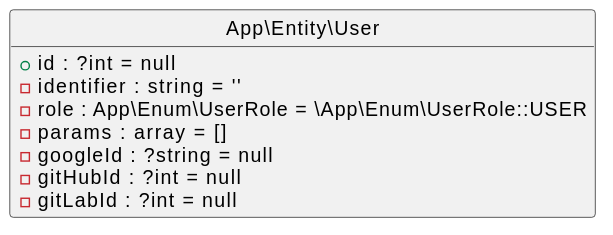
Before: assets/docs/database.svg, a diagram exported from PlantUML (elkuku/symfony-playground-two).
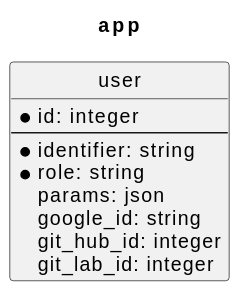
After the commit.

Commit message:
Draw an ER diagram instead of a class diagram

doctrine:diagram:er shows the actual tables and columns and is not
affected by the PlantUML separator regression, so the bin/db-diagram
workaround is no longer needed. It reads the live database, so the
script runs through symfony console to get the Docker database URL.

Change to the diagram source:
```diff
@@ -1,18 +1,18 @@
 @startuml
-set separator none
-!pragma useIntermediatePackages false
-skinparam linetype ortho
-skinparam MinClassWidth 140
+hide empty members
 hide circle
-hide empty members
+skinparam MinClassWidth 150
+skinparam LineType Ortho
+title app
 !theme _none_
-class App\Entity\User {
-+ id : ?int = null
-- identifier : string = ''
-- role : App\Enum\UserRole = \App\Enum\UserRole::USER
-- params : array = []
-- googleId : ?string = null
-- gitHubId : ?int = null
-- gitLabId : ?int = null
+entity user {
+* id: integer
+--
+* identifier: string
+* role: string
+ params: json
+ google_id: string
+ git_hub_id: integer
+ git_lab_id: integer
 }
 @enduml
```
